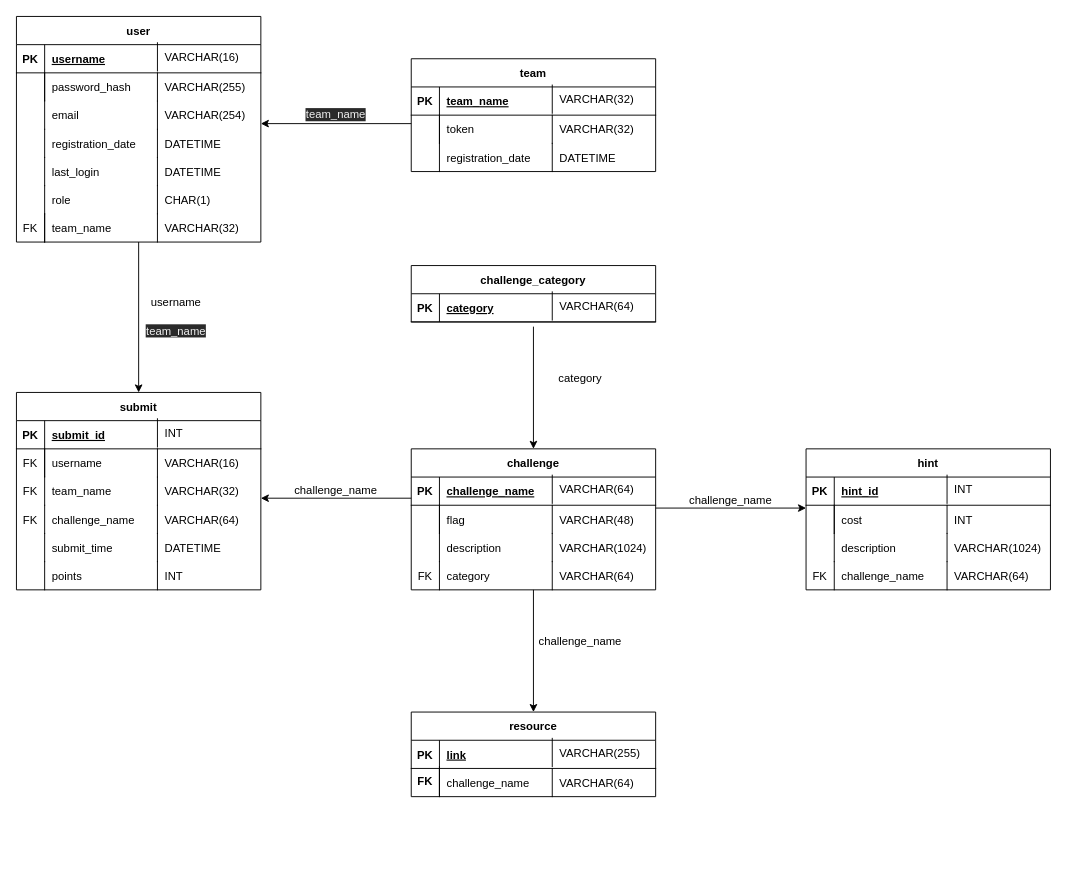
Above: db/schema_diagram.drawio in FeeeDz/H4ckUs4t1_CTF (draw.io), before the change. Source tidied: cells renumbered, new cells numbered last; positions are measured from the earlier drawing's top-left corner, leaving out a move shared by most shapes. Both pictures are drawn from the tidied source at 94%, with x=0, y=0 at pixel (16, 16).
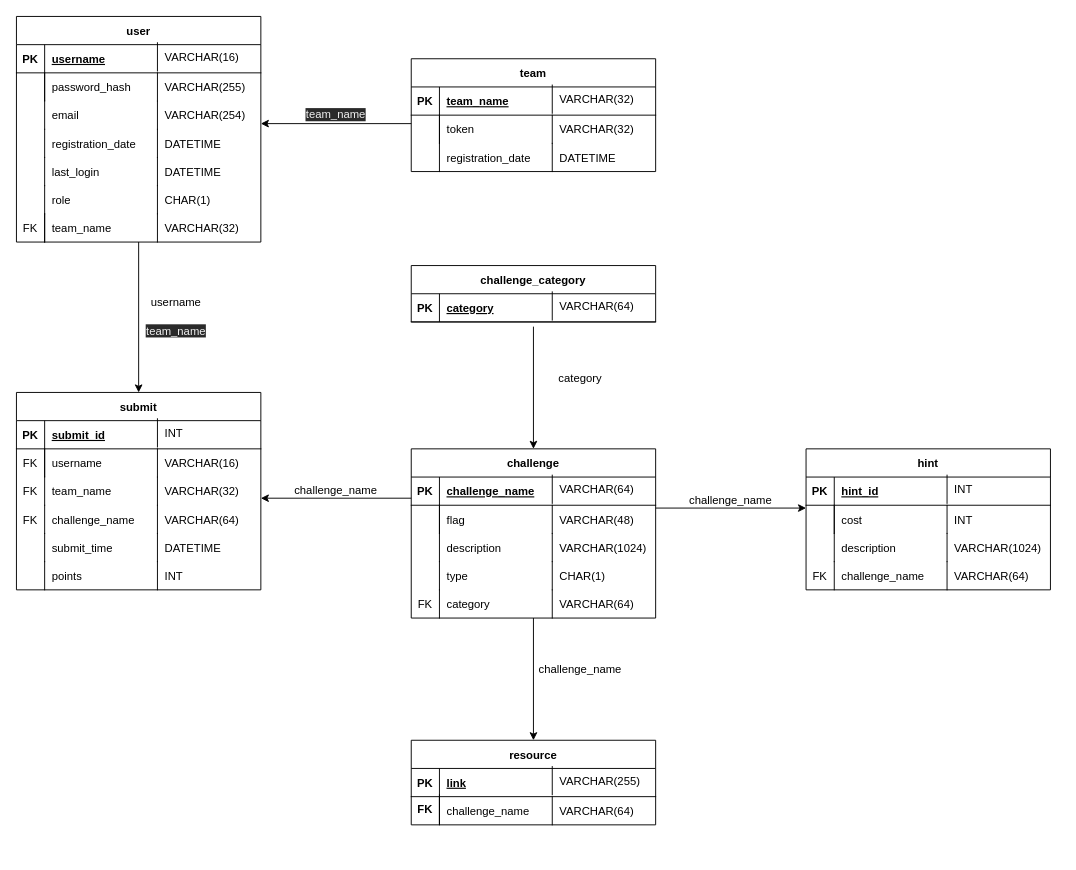
The same diagram, later.

The edit, as a diff of the source:
```diff
@@
     <mxCell id="89" value="challenge" style="shape=table;startSize=30;childLayout=tableLayout;rowLines=0;fontStyle=1;align=center;" parent="1" vertex="1">
-      <mxGeometry x="420" y="460" width="260" height="150" as="geometry" />
+      <mxGeometry x="420" y="460" width="260" height="180" as="geometry" />
     </mxCell>
@@
     <mxCell id="99" style="shape=partialRectangle;fillColor=none;top=0;left=0;right=0;bottom=0;" parent="1" vertex="1">
-      <mxGeometry x="440" y="815" width="170" height="30" as="geometry" />
+      <mxGeometry x="440" y="845" width="170" height="30" as="geometry" />
     </mxCell>
     <mxCell id="100" value="resource" style="shape=table;startSize=30;childLayout=tableLayout;rowLines=0;fontStyle=1;align=center;" parent="1" vertex="1">
-      <mxGeometry x="420" y="740" width="260" height="90" as="geometry" />
+      <mxGeometry x="420" y="770" width="260" height="90" as="geometry" />
     </mxCell>
@@
     <mxCell id="107" style="shape=partialRectangle;fillColor=none;top=0;left=0;right=0;bottom=0;" parent="1" vertex="1">
-      <mxGeometry x="420" y="830" width="130" height="30" as="geometry" />
+      <mxGeometry x="420" y="860" width="130" height="30" as="geometry" />
     </mxCell>
     <mxCell id="108" value="VARCHAR(64)" style="shape=partialRectangle;overflow=hidden;fillColor=none;top=0;left=1;bottom=0;right=0;align=left;spacingLeft=6;" parent="1" vertex="1">
-      <mxGeometry x="570" y="800" width="120" height="30" as="geometry" />
+      <mxGeometry x="570" y="830" width="120" height="30" as="geometry" />
     </mxCell>
     <mxCell id="109" value="VARCHAR(255)" style="shape=partialRectangle;overflow=hidden;fillColor=none;top=0;left=1;bottom=0;right=0;align=left;spacingLeft=6;" parent="1" vertex="1">
-      <mxGeometry x="570" y="768" width="110" height="30" as="geometry" />
+      <mxGeometry x="570" y="798" width="110" height="30" as="geometry" />
     </mxCell>
@@
     <mxCell id="116" value="FK" style="shape=partialRectangle;overflow=hidden;fillColor=none;top=0;left=0;bottom=0;right=1;fontStyle=1;" parent="1" vertex="1">
-      <mxGeometry x="420" y="798" width="30" height="30" as="geometry" />
+      <mxGeometry x="420" y="828" width="30" height="30" as="geometry" />
     </mxCell>
     <mxCell id="117" style="endArrow=classic;html=1;rounded=0;entryX=0.5;entryY=0;entryDx=0;entryDy=0;" parent="1" edge="1">
       <mxGeometry relative="1" as="geometry">
-        <mxPoint x="550" y="610" as="sourcePoint" />
-        <mxPoint x="550" y="740" as="targetPoint" />
+        <mxPoint x="550" y="640" as="sourcePoint" />
+        <mxPoint x="550" y="770" as="targetPoint" />
       </mxGeometry>
     </mxCell>
     <mxCell id="118" value="challenge_name" style="text;html=1;strokeColor=none;fillColor=none;align=center;verticalAlign=middle;whiteSpace=wrap;rounded=0;" parent="1" vertex="1">
-      <mxGeometry x="570" y="650" width="60" height="30" as="geometry" />
+      <mxGeometry x="570" y="680" width="60" height="30" as="geometry" />
     </mxCell>
@@
     <mxCell id="141" style="shape=partialRectangle;fillColor=none;top=0;left=0;right=0;bottom=0;" parent="1" vertex="1">
-      <mxGeometry x="420" y="580" width="130" height="30" as="geometry" />
+      <mxGeometry x="420" y="610" width="130" height="30" as="geometry" />
     </mxCell>
     <mxCell id="142" style="group;" parent="1" vertex="1">
-      <mxGeometry x="420" y="580" width="250" height="30" as="geometry" />
+      <mxGeometry x="420" y="610" width="250" height="30" as="geometry" />
     </mxCell>
@@
+    <mxCell id="154" style="group;" parent="1" vertex="1">
+      <mxGeometry x="420" y="580" width="270" height="30" as="geometry" />
+    </mxCell>
+    <mxCell id="155" style="group;" parent="154" vertex="1">
+      <mxGeometry width="130" height="30" as="geometry" />
+    </mxCell>
+    <mxCell id="156" style="shape=partialRectangle;overflow=hidden;fillColor=none;top=0;left=0;bottom=0;right=1;" parent="155" vertex="1">
+      <mxGeometry width="30" height="30" as="geometry" />
+    </mxCell>
+    <mxCell id="157" value="type" style="shape=partialRectangle;overflow=hidden;fillColor=none;top=0;left=0;bottom=0;right=0;align=left;spacingLeft=6;" parent="155" vertex="1">
+      <mxGeometry x="30" width="100" height="30" as="geometry" />
+    </mxCell>
+    <mxCell id="158" value="CHAR(1)" style="shape=partialRectangle;overflow=hidden;fillColor=none;top=0;left=1;bottom=0;right=0;align=left;spacingLeft=6;" parent="154" vertex="1">
+      <mxGeometry x="150" width="120" height="30" as="geometry" />
+    </mxCell>
```
